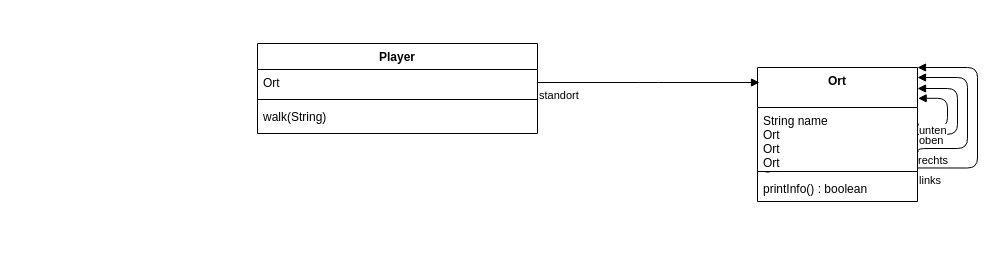
Before: class_diagram.drawio in EuroBlue/adventure, a draw.io diagram. Source tidied: cells renumbered, new cells numbered last; positions are measured from the earlier drawing's top-left corner, leaving out a move shared by most shapes. Both pictures are drawn from the tidied source at 100%, with x=0, y=0 at pixel (257, 43).
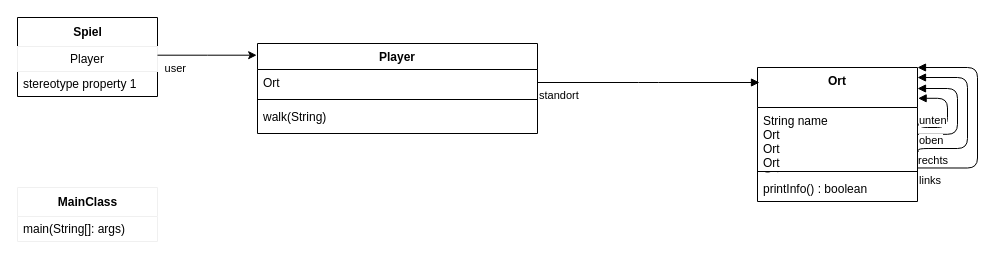
Above is the later version.

The change refers to these unchanged cells:
```xml
<mxCell id="2" value="Player" style="swimlane;fontStyle=1;align=center;verticalAlign=top;horizontal=1;startSize=26;" parent="1" vertex="1">
  <mxGeometry width="280" height="90" as="geometry" />
</mxCell>
<mxCell id="6" value="Ort" style="swimlane;fontStyle=1;align=center;verticalAlign=top;horizontal=1;startSize=40;" parent="1" vertex="1">
  <mxGeometry x="500" y="24" width="160" height="134" as="geometry" />
</mxCell>
```

Diff of the diagram source:
```diff
@@
     <mxCell id="14" value="&lt;div&gt;unten&lt;/div&gt;" style="endArrow=block;endFill=1;html=1;edgeStyle=orthogonalEdgeStyle;align=left;verticalAlign=top;entryX=1.004;entryY=0.23;entryDx=0;entryDy=0;entryPerimeter=0;" parent="1" edge="1" target="6">
-      <mxGeometry x="-1" relative="1" as="geometry">
+      <mxGeometry x="1" y="9" relative="1" as="geometry">
         <mxPoint x="660" y="74" as="sourcePoint" />
         <Array as="points">
           <mxPoint x="660" y="84" />
           <mxPoint x="690" y="84" />
           <mxPoint x="690" y="55" />
         </Array>
       </mxGeometry>
     </mxCell>
+    <mxCell id="15" value="Spiel" style="swimlane;fontStyle=1;align=center;verticalAlign=middle;horizontal=1;startSize=29;html=1;" parent="1" vertex="1">
+      <mxGeometry x="-240" y="-26" width="140" height="79" as="geometry" />
+    </mxCell>
+    <mxCell id="16" value="Player" style="text;html=1;fillColor=none;align=center;verticalAlign=middle;spacingLeft=4;spacingRight=4;overflow=hidden;points=[[0,0.5],[1,0.5]];portConstraint=eastwest;strokeColor=#f0f0f0;" parent="15" vertex="1">
+      <mxGeometry y="29" width="140" height="25" as="geometry" />
+    </mxCell>
+    <mxCell id="17" value="stereotype property 1" style="text;html=1;strokeColor=none;fillColor=none;align=left;verticalAlign=middle;spacingLeft=4;spacingRight=4;overflow=hidden;" parent="15" vertex="1">
+      <mxGeometry y="54" width="140" height="25" as="geometry" />
+    </mxCell>
+    <mxCell id="18" value="user" style="edgeStyle=orthogonalEdgeStyle;rounded=0;jettySize=auto;html=1;entryX=-0.003;entryY=0.13;entryDx=0;entryDy=0;entryPerimeter=0;fontFamily=Helvetica;labelPosition=left;verticalLabelPosition=bottom;align=right;verticalAlign=top;" parent="1" edge="1" source="16" target="2">
+      <mxGeometry x="-0.39" relative="1" as="geometry">
+        <Array as="points">
+          <mxPoint x="-50" y="12" />
+        </Array>
+      </mxGeometry>
+    </mxCell>
+    <mxCell id="19" value="MainClass" style="swimlane;fontStyle=1;align=center;verticalAlign=middle;horizontal=1;startSize=29;html=1;fontFamily=Helvetica;strokeColor=#f0f0f0;" parent="1" vertex="1">
+      <mxGeometry x="-240" y="144" width="140" height="54" as="geometry" />
+    </mxCell>
+    <mxCell id="20" value="main(String[]: args)" style="text;html=1;strokeColor=none;fillColor=none;align=left;verticalAlign=middle;spacingLeft=4;spacingRight=4;overflow=hidden;" parent="19" vertex="1">
+      <mxGeometry y="29" width="140" height="25" as="geometry" />
+    </mxCell>
```
